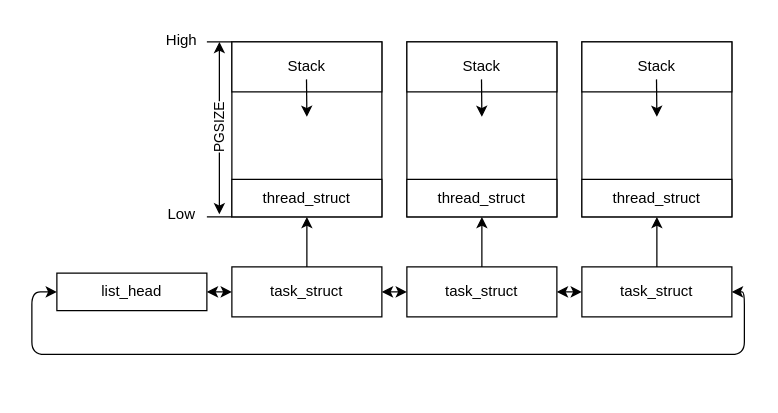
Earlier version of the draw.io diagram docs/lab2.assets/task_struct.drawio (ZJU-OS/doc). Source tidied: cells renumbered, new cells numbered last; positions are measured from the earlier drawing's top-left corner, leaving out a move shared by most shapes. Both pictures are drawn from the tidied source at 125%, with x=0, y=0 at pixel (31, 21).
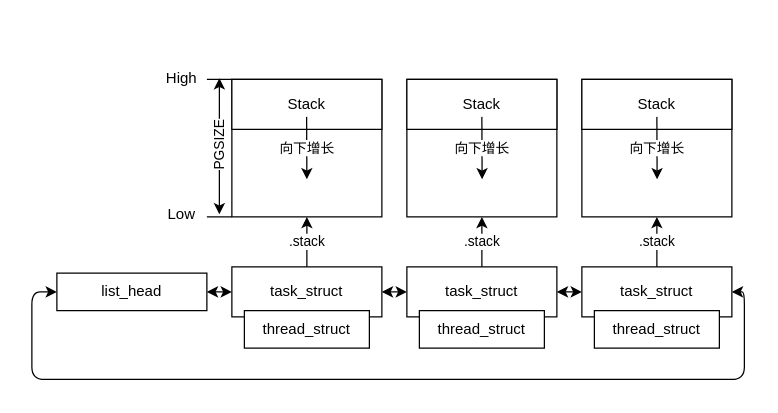
The same page after the edit.

The change refers to these unchanged cells:
```xml
<mxCell id="7" value="Low" style="text;html=1;align=center;verticalAlign=middle;whiteSpace=wrap;rounded=0;" parent="1" vertex="1">
  <mxGeometry x="90" y="139" width="60" height="30" as="geometry" />
</mxCell>
<mxCell id="9" value="task_struct" style="rounded=0;whiteSpace=wrap;html=1;" parent="1" vertex="1">
  <mxGeometry x="160" y="196" width="120" height="40" as="geometry" />
</mxCell>
<mxCell id="20" value="task_struct" style="rounded=0;whiteSpace=wrap;html=1;" parent="1" vertex="1">
  <mxGeometry x="300" y="196" width="120" height="40" as="geometry" />
</mxCell>
<mxCell id="21" value="task_struct" style="rounded=0;whiteSpace=wrap;html=1;" parent="1" vertex="1">
  <mxGeometry x="440" y="196" width="120" height="40" as="geometry" />
</mxCell>
<mxCell id="28" value="list_head" style="rounded=0;whiteSpace=wrap;html=1;" parent="1" vertex="1">
  <mxGeometry x="20" y="201" width="120" height="30" as="geometry" />
</mxCell>
```

What changed in the source:
```diff
@@
     <mxCell id="2" style="rounded=0;whiteSpace=wrap;html=1;" parent="1" vertex="1">
-      <mxGeometry x="160" y="16" width="120" height="140" as="geometry" />
+      <mxGeometry x="160" y="46" width="120" height="110" as="geometry" />
     </mxCell>
     <mxCell id="3" style="endArrow=none;html=1;" parent="1" edge="1">
       <mxGeometry relative="1" as="geometry">
-        <mxPoint x="140" y="16" as="sourcePoint" />
-        <mxPoint x="160" y="16" as="targetPoint" />
+        <mxPoint x="140" y="46" as="sourcePoint" />
+        <mxPoint x="160" y="46" as="targetPoint" />
       </mxGeometry>
     </mxCell>
@@
-    <mxCell id="5" value="PGSIZE" style="endArrow=classic;startArrow=classic;html=1;horizontal=0;exitX=1;exitY=0.5;exitDx=0;exitDy=0;" parent="1" edge="1" source="7">
-      <mxGeometry relative="1" as="geometry">
-        <mxPoint x="150" y="16" as="targetPoint" />
-      </mxGeometry>
+    <mxCell id="5" value="PGSIZE" style="endArrow=classic;startArrow=classic;html=1;horizontal=0;exitX=1;exitY=0.5;exitDx=0;exitDy=0;entryX=1;entryY=0.5;entryDx=0;entryDy=0;" parent="1" edge="1" source="7" target="6">
+      <mxGeometry relative="1" as="geometry" />
     </mxCell>
     <mxCell id="6" value="High" style="text;html=1;align=center;verticalAlign=middle;whiteSpace=wrap;rounded=0;" parent="1" vertex="1">
-      <mxGeometry x="90" width="60" height="30" as="geometry" />
+      <mxGeometry x="90" y="30" width="60" height="30" as="geometry" />
     </mxCell>
@@
     <mxCell id="8" value="Stack" style="rounded=0;whiteSpace=wrap;html=1;" parent="1" vertex="1">
-      <mxGeometry x="160" y="16" width="120" height="40" as="geometry" />
+      <mxGeometry x="160" y="46" width="120" height="40" as="geometry" />
     </mxCell>
+    <mxCell id="30" value=".stack" style="edgeStyle=none;html=1;" parent="1" edge="1" source="9" target="2">
+      <mxGeometry relative="1" as="geometry" />
+    </mxCell>
@@
-    <mxCell id="10" style="endArrow=classic;html=1;" parent="1" edge="1">
+    <mxCell id="10" value="向下增长" style="endArrow=classic;html=1;" parent="1" edge="1">
       <mxGeometry relative="1" as="geometry">
-        <mxPoint x="219.7" y="46" as="sourcePoint" />
-        <mxPoint x="220" y="76" as="targetPoint" />
+        <mxPoint x="219.8" y="76" as="sourcePoint" />
+        <mxPoint x="220" y="126" as="targetPoint" />
       </mxGeometry>
     </mxCell>
     <mxCell id="11" value="thread_struct" style="rounded=0;whiteSpace=wrap;html=1;" parent="1" vertex="1">
-      <mxGeometry x="160" y="126" width="120" height="30" as="geometry" />
+      <mxGeometry x="170" y="231" width="100" height="30" as="geometry" />
     </mxCell>
-    <mxCell id="12" style="rounded=0;whiteSpace=wrap;html=1;" parent="1" vertex="1">
-      <mxGeometry x="300" y="16" width="120" height="140" as="geometry" />
-    </mxCell>
-    <mxCell id="13" value="Stack" style="rounded=0;whiteSpace=wrap;html=1;" parent="1" vertex="1">
-      <mxGeometry x="300" y="16" width="120" height="40" as="geometry" />
-    </mxCell>
-    <mxCell id="14" style="endArrow=classic;html=1;" parent="1" edge="1">
-      <mxGeometry relative="1" as="geometry">
-        <mxPoint x="359.7" y="46" as="sourcePoint" />
-        <mxPoint x="360" y="76" as="targetPoint" />
-      </mxGeometry>
-    </mxCell>
-    <mxCell id="15" value="thread_struct" style="rounded=0;whiteSpace=wrap;html=1;" parent="1" vertex="1">
-      <mxGeometry x="300" y="126" width="120" height="30" as="geometry" />
-    </mxCell>
-    <mxCell id="16" style="rounded=0;whiteSpace=wrap;html=1;" parent="1" vertex="1">
-      <mxGeometry x="440" y="16" width="120" height="140" as="geometry" />
-    </mxCell>
-    <mxCell id="17" value="Stack" style="rounded=0;whiteSpace=wrap;html=1;" parent="1" vertex="1">
-      <mxGeometry x="440" y="16" width="120" height="40" as="geometry" />
-    </mxCell>
-    <mxCell id="18" style="endArrow=classic;html=1;" parent="1" edge="1">
-      <mxGeometry relative="1" as="geometry">
-        <mxPoint x="499.7" y="46" as="sourcePoint" />
-        <mxPoint x="500" y="76" as="targetPoint" />
-      </mxGeometry>
-    </mxCell>
-    <mxCell id="19" value="thread_struct" style="rounded=0;whiteSpace=wrap;html=1;" parent="1" vertex="1">
-      <mxGeometry x="440" y="126" width="120" height="30" as="geometry" />
-    </mxCell>
+    <mxCell id="31" value=".stack" style="edgeStyle=none;html=1;entryX=0.5;entryY=1;entryDx=0;entryDy=0;" parent="1" edge="1" source="20">
+      <mxGeometry relative="1" as="geometry">
+        <mxPoint x="360" y="156" as="targetPoint" />
+      </mxGeometry>
+    </mxCell>
@@
+    <mxCell id="32" value=".stack" style="edgeStyle=none;html=1;entryX=0.5;entryY=1;entryDx=0;entryDy=0;" parent="1" edge="1" source="21">
+      <mxGeometry relative="1" as="geometry">
+        <mxPoint x="500" y="156" as="targetPoint" />
+      </mxGeometry>
+    </mxCell>
@@
     <mxCell id="24" style="endArrow=classic;startArrow=classic;html=1;exitX=0;exitY=0.5;exitDx=0;exitDy=0;entryX=1;entryY=0.5;entryDx=0;entryDy=0;elbow=vertical;edgeStyle=orthogonalEdgeStyle;" parent="1" edge="1" source="28" target="21">
       <mxGeometry relative="1" as="geometry">
         <Array as="points">
           <mxPoint y="216" />
-          <mxPoint y="266" />
-          <mxPoint x="570" y="266" />
+          <mxPoint y="286" />
+          <mxPoint x="570" y="286" />
           <mxPoint x="570" y="216" />
         </Array>
       </mxGeometry>
     </mxCell>
-    <mxCell id="25" style="endArrow=classic;html=1;" parent="1" edge="1" source="9" target="11">
-      <mxGeometry relative="1" as="geometry" />
-    </mxCell>
-    <mxCell id="26" style="endArrow=classic;html=1;" parent="1" edge="1" source="20">
-      <mxGeometry relative="1" as="geometry">
-        <mxPoint x="360" y="156" as="targetPoint" />
-      </mxGeometry>
-    </mxCell>
-    <mxCell id="27" style="endArrow=classic;html=1;" parent="1" edge="1" source="21" target="19">
-      <mxGeometry relative="1" as="geometry" />
-    </mxCell>
@@
+    <mxCell id="33" value="thread_struct" style="rounded=0;whiteSpace=wrap;html=1;" parent="1" vertex="1">
+      <mxGeometry x="310" y="231" width="100" height="30" as="geometry" />
+    </mxCell>
+    <mxCell id="34" value="thread_struct" style="rounded=0;whiteSpace=wrap;html=1;" parent="1" vertex="1">
+      <mxGeometry x="450" y="231" width="100" height="30" as="geometry" />
+    </mxCell>
+    <mxCell id="35" style="rounded=0;whiteSpace=wrap;html=1;" parent="1" vertex="1">
+      <mxGeometry x="300" y="46" width="120" height="110" as="geometry" />
+    </mxCell>
+    <mxCell id="36" value="Stack" style="rounded=0;whiteSpace=wrap;html=1;" parent="1" vertex="1">
+      <mxGeometry x="300" y="46" width="120" height="40" as="geometry" />
+    </mxCell>
+    <mxCell id="37" style="rounded=0;whiteSpace=wrap;html=1;" parent="1" vertex="1">
+      <mxGeometry x="440" y="46" width="120" height="110" as="geometry" />
+    </mxCell>
+    <mxCell id="38" value="Stack" style="rounded=0;whiteSpace=wrap;html=1;" parent="1" vertex="1">
+      <mxGeometry x="440" y="46" width="120" height="40" as="geometry" />
+    </mxCell>
+    <mxCell id="39" value="向下增长" style="endArrow=classic;html=1;" parent="1" edge="1">
+      <mxGeometry relative="1" as="geometry">
+        <mxPoint x="360" y="76" as="sourcePoint" />
+        <mxPoint x="360.2" y="126" as="targetPoint" />
+      </mxGeometry>
+    </mxCell>
+    <mxCell id="40" value="向下增长" style="endArrow=classic;html=1;" parent="1" edge="1">
+      <mxGeometry relative="1" as="geometry">
+        <mxPoint x="500" y="76" as="sourcePoint" />
+        <mxPoint x="500.2" y="126" as="targetPoint" />
+      </mxGeometry>
+    </mxCell>
```
